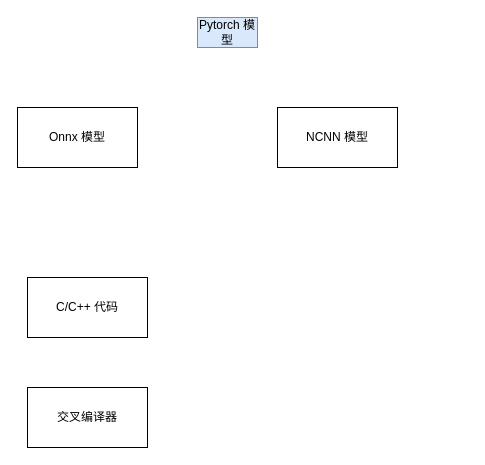
Before: dl_compiler.drawio in foreignbill/drawio, a draw.io diagram. Source tidied: cells renumbered, new cells numbered last; positions are measured from the earlier drawing's top-left corner, leaving out a move shared by most shapes. Both pictures are drawn from the tidied source at 100%, with x=0, y=0 at pixel (17, 17).
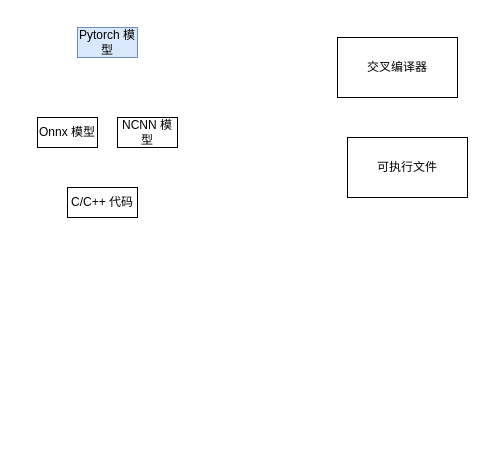
Above is the later version.

The edit, as a diff of the source:
```diff
@@
 <mxGraphModel>
   <root>
     <mxCell id="0" />
     <mxCell id="1" parent="0" />
     <mxCell id="2" value="Pytorch 模型" style="rounded=0;whiteSpace=wrap;html=1;fillColor=#dae8fc;strokeColor=#6c8ebf;" parent="1" vertex="1">
-      <mxGeometry x="180" width="60" height="30" as="geometry" />
+      <mxGeometry x="60" y="10" width="60" height="30" as="geometry" />
     </mxCell>
     <mxCell id="3" value="Onnx 模型" style="rounded=0;whiteSpace=wrap;html=1;" parent="1" vertex="1">
-      <mxGeometry y="90" width="120" height="60" as="geometry" />
+      <mxGeometry x="20" y="100" width="60" height="30" as="geometry" />
     </mxCell>
     <mxCell id="4" value="NCNN 模型" style="rounded=0;whiteSpace=wrap;html=1;" parent="1" vertex="1">
-      <mxGeometry x="260" y="90" width="120" height="60" as="geometry" />
+      <mxGeometry x="100" y="100" width="60" height="30" as="geometry" />
     </mxCell>
     <mxCell id="5" value="C/C++ 代码" style="rounded=0;whiteSpace=wrap;html=1;" parent="1" vertex="1">
-      <mxGeometry x="10" y="260" width="120" height="60" as="geometry" />
+      <mxGeometry x="50" y="170" width="70" height="30" as="geometry" />
     </mxCell>
     <mxCell id="6" value="交叉编译器" style="rounded=0;whiteSpace=wrap;html=1;" parent="1" vertex="1">
-      <mxGeometry x="10" y="370" width="120" height="60" as="geometry" />
+      <mxGeometry x="320" y="20" width="120" height="60" as="geometry" />
     </mxCell>
+    <mxCell id="7" value="可执行文件" style="rounded=0;whiteSpace=wrap;html=1;" parent="1" vertex="1">
+      <mxGeometry x="330" y="120" width="120" height="60" as="geometry" />
+    </mxCell>
   </root>
 </mxGraphModel>
```
